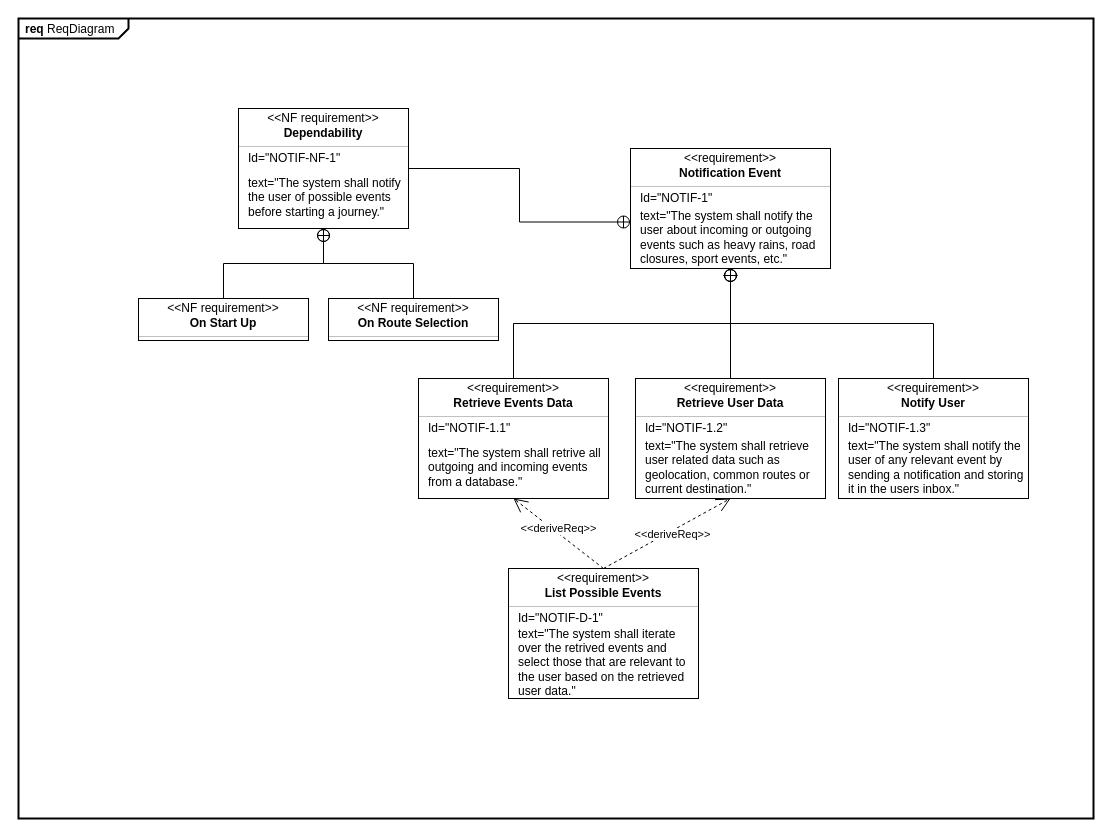
This is Diagrams/Requirement/Yaros/notif_req.drawio from luislamy/msp, a draw.io file, before an edit. Source tidied: cells renumbered, new cells numbered last; positions are measured from the earlier drawing's top-left corner, leaving out a move shared by most shapes. Both pictures are drawn from the tidied source at 100%, with x=0, y=0 at pixel (18, 18).
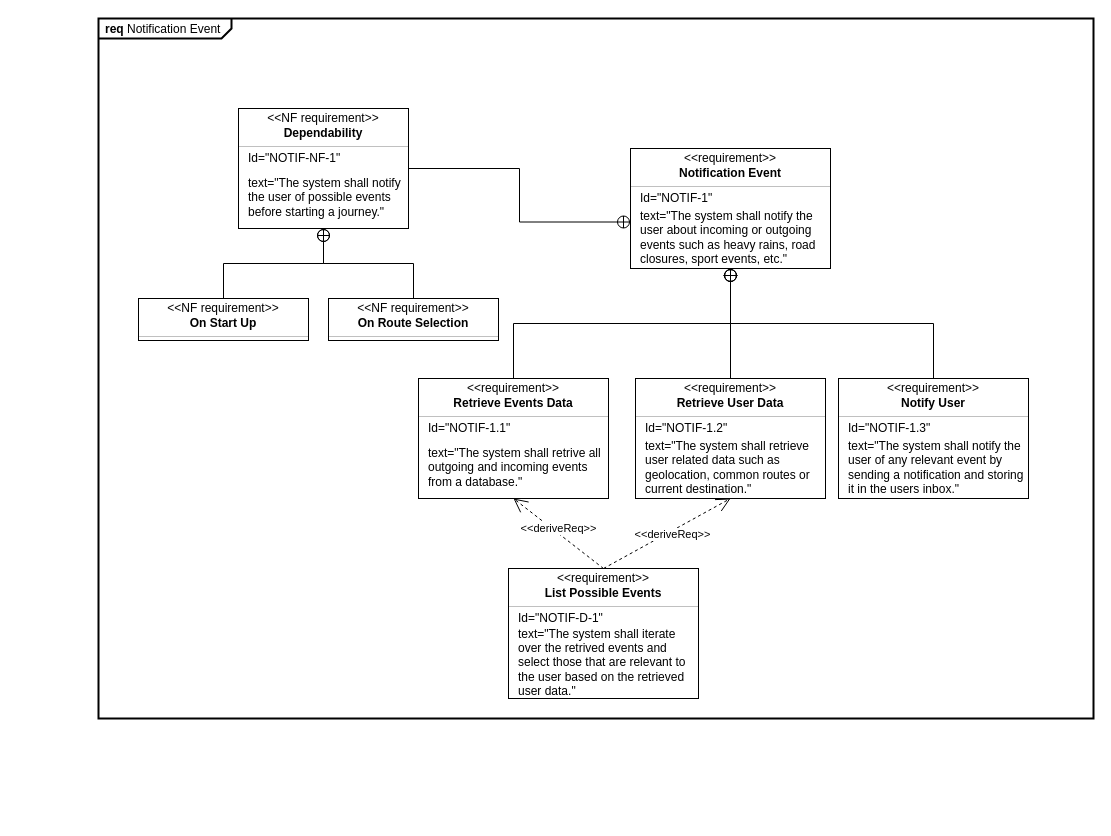
The same page after the edit.

Diff of the diagram source:
```diff
@@
-    <mxCell id="2" value="&lt;p style=&quot;margin:0px;margin-top:4px;margin-left:7px;text-align:left;&quot;&gt;&lt;b&gt;req&lt;/b&gt;  ReqDiagram&lt;/p&gt;" style="html=1;shape=mxgraph.sysml.package;overflow=fill;labelX=110;strokeWidth=2;align=center;" parent="1" vertex="1">
-      <mxGeometry width="1075" height="800" as="geometry" />
+    <mxCell id="2" value="&lt;p style=&quot;margin:0px;margin-top:4px;margin-left:7px;text-align:left;&quot;&gt;&lt;b&gt;req&lt;/b&gt;&amp;nbsp;Notification Event&lt;/p&gt;" style="html=1;shape=mxgraph.sysml.package;overflow=fill;labelX=133.5;strokeWidth=2;align=center;" parent="1" vertex="1">
+      <mxGeometry x="80" width="995" height="700" as="geometry" />
     </mxCell>
```
